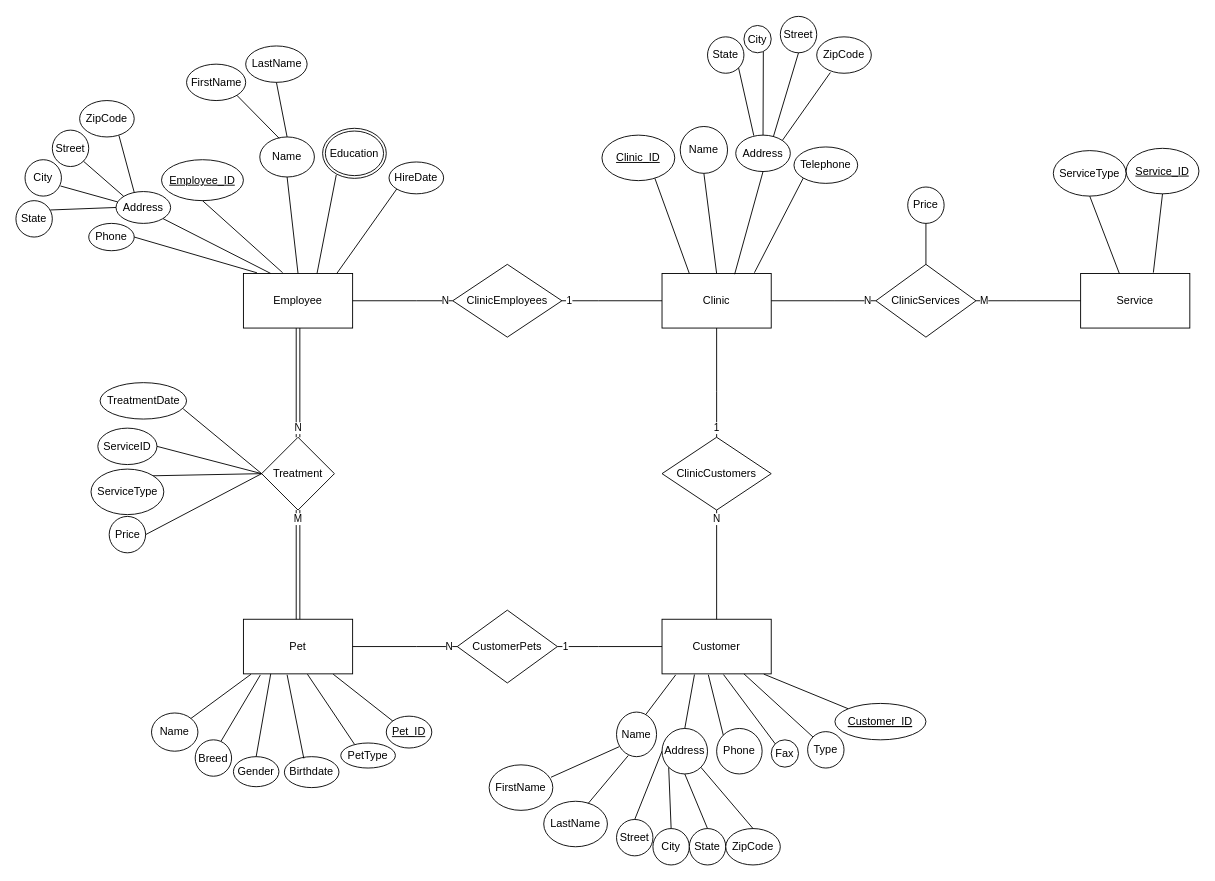
Before: Databas_Labb2.drawio in null15/Database_University, a draw.io diagram. Source tidied: cells renumbered, new cells numbered last; positions are measured from the earlier drawing's top-left corner, leaving out a move shared by most shapes. Both pictures are drawn from the tidied source at 91%, with x=0, y=0 at pixel (15, 16).
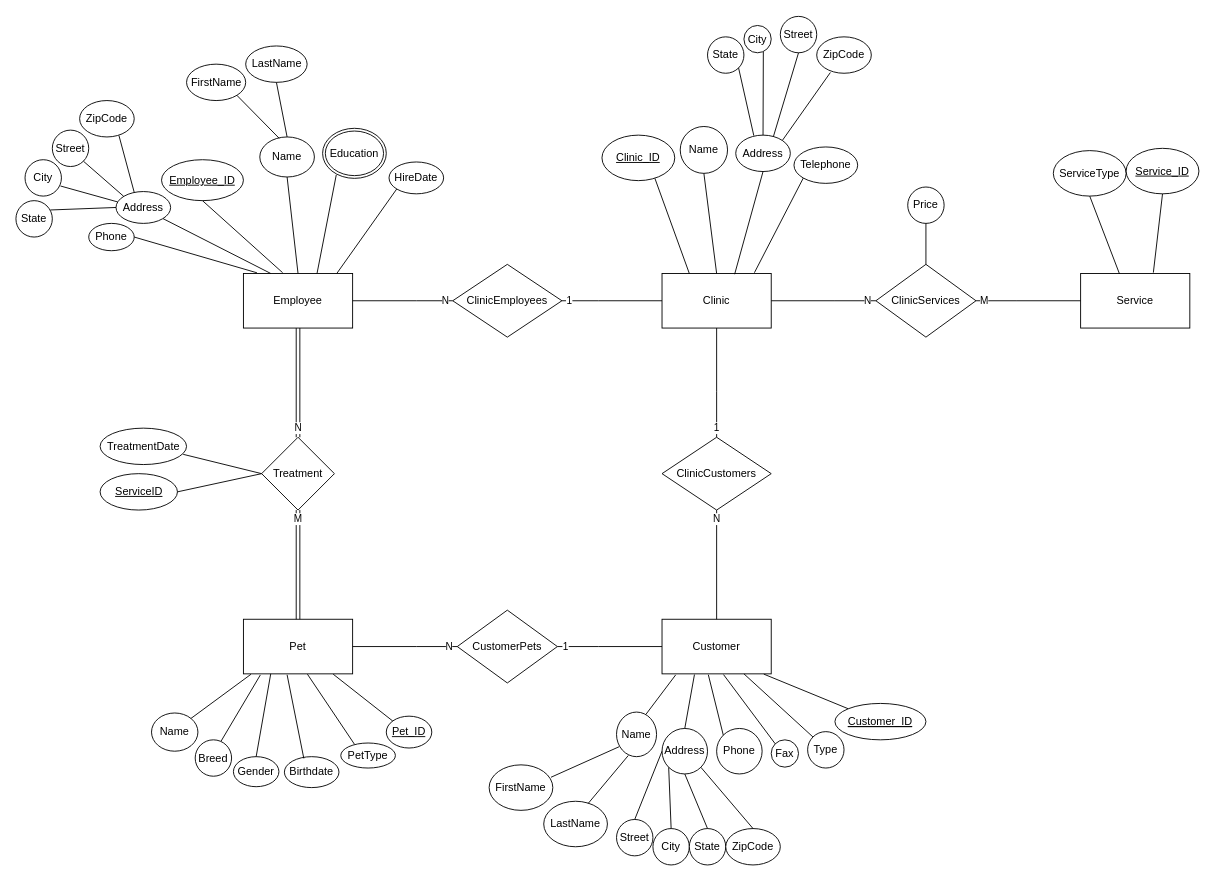
Above is the later version.

The change refers to these unchanged cells:
```xml
<mxCell id="7" value="Treatment" style="shape=rhombus;perimeter=rhombusPerimeter;whiteSpace=wrap;html=1;align=center;" parent="1" vertex="1">
  <mxGeometry x="270" y="462" width="80" height="80" as="geometry" />
</mxCell>
```

Diff of the diagram source:
```diff
@@
     <mxCell id="84" value="TreatmentDate" style="ellipse;whiteSpace=wrap;html=1;" parent="1" vertex="1">
-      <mxGeometry x="92.5" y="402" width="95" height="40" as="geometry" />
+      <mxGeometry x="92.5" y="452" width="95" height="40" as="geometry" />
     </mxCell>
-    <mxCell id="85" value="ServiceID" style="ellipse;whiteSpace=wrap;html=1;" parent="1" vertex="1">
-      <mxGeometry x="90" y="452" width="65" height="40" as="geometry" />
+    <mxCell id="85" value="&lt;u&gt;ServiceID&lt;/u&gt;" style="ellipse;whiteSpace=wrap;html=1;" parent="1" vertex="1">
+      <mxGeometry x="92.5" y="502" width="85" height="40" as="geometry" />
     </mxCell>
-    <mxCell id="86" value="ServiceType" style="ellipse;whiteSpace=wrap;html=1;" parent="1" vertex="1">
-      <mxGeometry x="82.5" y="497" width="80" height="50" as="geometry" />
-    </mxCell>
-    <mxCell id="87" value="Price" style="ellipse;whiteSpace=wrap;html=1;" parent="1" vertex="1">
-      <mxGeometry x="102.5" y="549" width="40" height="40" as="geometry" />
-    </mxCell>
@@
-    <mxCell id="108" style="endArrow=none;html=1;rounded=0;entryX=1;entryY=0.5;entryDx=0;entryDy=0;exitX=0;exitY=0.5;exitDx=0;exitDy=0;" parent="1" edge="1" source="7" target="87">
-      <mxGeometry relative="1" as="geometry" />
-    </mxCell>
-    <mxCell id="109" style="endArrow=none;html=1;rounded=0;entryX=1;entryY=0;entryDx=0;entryDy=0;exitX=0;exitY=0.5;exitDx=0;exitDy=0;" parent="1" edge="1" source="7" target="86">
-      <mxGeometry relative="1" as="geometry" />
-    </mxCell>
```
